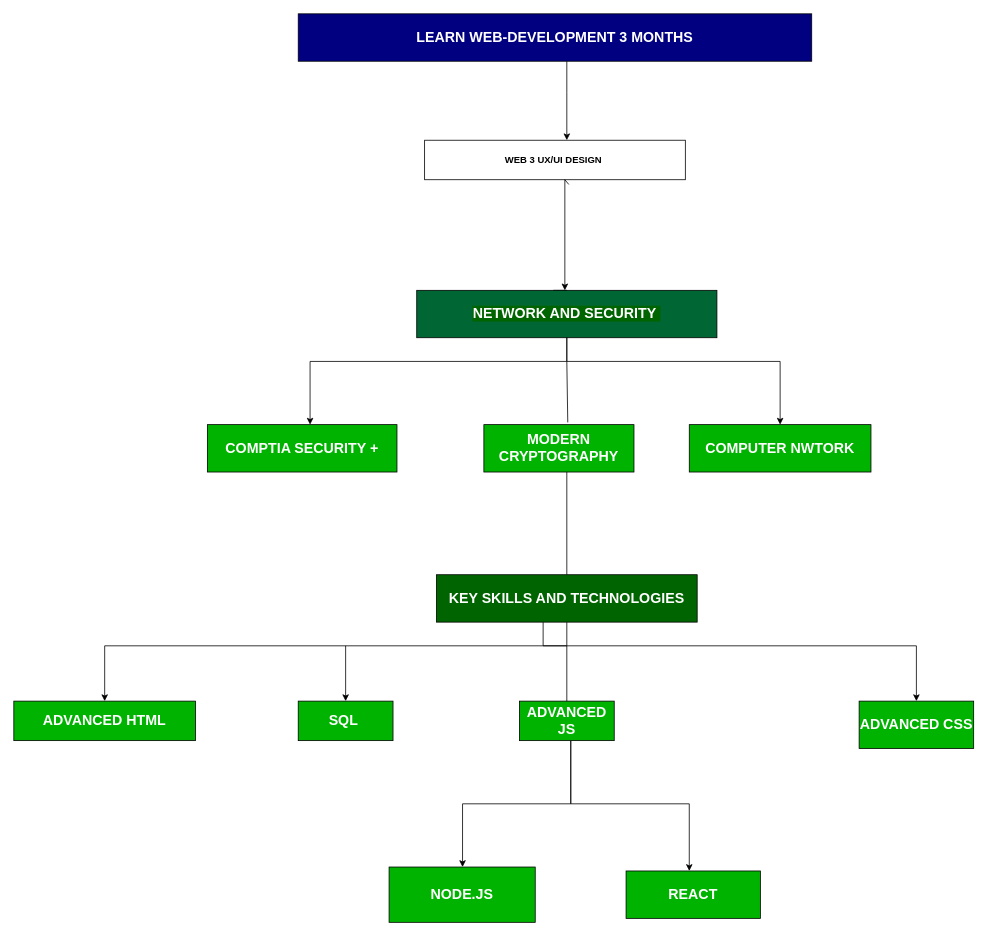
The draw.io diagram Career_Road_2023.drawio in chapman91/Career-Portfolio, before the edit. Source tidied: cells renumbered, new cells numbered last; positions are measured from the earlier drawing's top-left corner, leaving out a move shared by most shapes. Both pictures are drawn from the tidied source at 79%, with x=0, y=0 at pixel (13, 13).
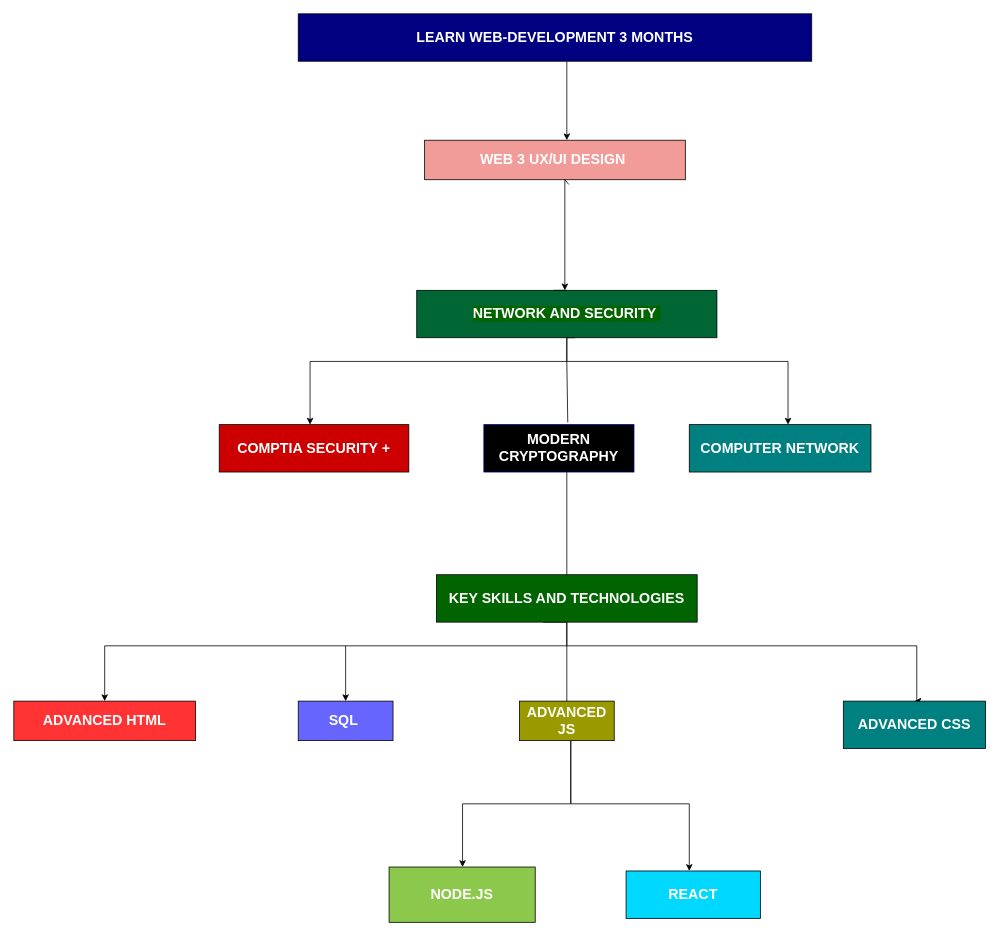
After the change.

Unchanged cells that the change refers to:
```xml
<mxCell id="16" value="&lt;h2&gt;&lt;b style=&quot;background-color: rgb(0, 100, 0);&quot;&gt;&lt;font color=&quot;#ffffff&quot;&gt;NETWORK AND SECURITY&amp;nbsp;&lt;/font&gt;&lt;/b&gt;&lt;/h2&gt;" style="whiteSpace=wrap;html=1;rounded=0;fillColor=#006633;" parent="1" vertex="1">
  <mxGeometry x="510" y="350" width="380" height="60" as="geometry" />
</mxCell>
```

Diff of the diagram source:
```diff
@@
     <mxCell id="5" style="edgeStyle=orthogonalEdgeStyle;rounded=0;jettySize=auto;html=1;entryX=0.5;entryY=0;entryDx=0;entryDy=0;" parent="1" edge="1" target="8">
       <mxGeometry relative="1" as="geometry">
         <mxPoint x="670" y="770" as="sourcePoint" />
         <Array as="points">
-          <mxPoint x="670" y="800" />
+          <mxPoint x="700" y="770" />
+          <mxPoint x="700" y="800" />
           <mxPoint x="1143" y="800" />
+          <mxPoint x="1143" y="870" />
         </Array>
       </mxGeometry>
     </mxCell>
@@
-    <mxCell id="7" value="&lt;h2&gt;&lt;b style=&quot;background-color: rgb(0, 179, 0);&quot;&gt;&lt;font color=&quot;#ffffff&quot;&gt;ADVANCED HTML&lt;/font&gt;&lt;/b&gt;&lt;/h2&gt;" style="whiteSpace=wrap;html=1;rounded=0;fillColor=#00B300;" parent="1" vertex="1">
+    <mxCell id="7" value="&lt;h2&gt;&lt;font color=&quot;#ffffff&quot;&gt;ADVANCED HTML&lt;/font&gt;&lt;/h2&gt;" style="whiteSpace=wrap;html=1;rounded=0;fillColor=#FF3333;" parent="1" vertex="1">
       <mxGeometry y="870" width="230" height="50" as="geometry" />
     </mxCell>
-    <mxCell id="8" value="&lt;h2&gt;&lt;b&gt;&lt;font color=&quot;#ffffff&quot;&gt;ADVANCED CSS&lt;/font&gt;&lt;/b&gt;&lt;/h2&gt;" style="rounded=0;whiteSpace=wrap;html=1;fillColor=#00B300;" parent="1" vertex="1">
-      <mxGeometry x="1070" y="870" width="145" height="60" as="geometry" />
+    <mxCell id="8" value="&lt;h2&gt;&lt;b&gt;&lt;font color=&quot;#ffffff&quot;&gt;ADVANCED CSS&lt;/font&gt;&lt;/b&gt;&lt;/h2&gt;" style="rounded=0;whiteSpace=wrap;html=1;fillColor=#008080;" parent="1" vertex="1">
+      <mxGeometry x="1050" y="870" width="180" height="60" as="geometry" />
     </mxCell>
@@
-    <mxCell id="11" value="&lt;h2&gt;&lt;b style=&quot;background-color: rgb(0, 179, 0);&quot;&gt;&lt;font color=&quot;#ffffff&quot;&gt;ADVANCED JS&lt;/font&gt;&lt;/b&gt;&lt;/h2&gt;" style="rounded=0;whiteSpace=wrap;html=1;fillColor=#00B300;" parent="1" vertex="1">
+    <mxCell id="11" value="&lt;h2&gt;&lt;font color=&quot;#ffffff&quot;&gt;ADVANCED JS&lt;/font&gt;&lt;/h2&gt;" style="rounded=0;whiteSpace=wrap;html=1;fillColor=#999900;" parent="1" vertex="1">
       <mxGeometry x="640" y="870" width="120" height="50" as="geometry" />
     </mxCell>
-    <mxCell id="12" value="&lt;h2&gt;&lt;b&gt;&lt;font color=&quot;#ffffff&quot;&gt;NODE.JS&lt;/font&gt;&lt;/b&gt;&lt;/h2&gt;" style="whiteSpace=wrap;html=1;rounded=0;fillColor=#00B300;" parent="1" vertex="1">
+    <mxCell id="12" value="&lt;h2&gt;&lt;b&gt;&lt;font color=&quot;#ffffff&quot;&gt;NODE.JS&lt;/font&gt;&lt;/b&gt;&lt;/h2&gt;" style="whiteSpace=wrap;html=1;rounded=0;fillColor=#8CC84B;" parent="1" vertex="1">
       <mxGeometry x="475" y="1080" width="185" height="70" as="geometry" />
     </mxCell>
-    <mxCell id="13" value="&lt;h2&gt;&lt;b&gt;&lt;font color=&quot;#ffffff&quot;&gt;REACT&lt;/font&gt;&lt;/b&gt;&lt;/h2&gt;" style="whiteSpace=wrap;html=1;rounded=0;fillColor=#00B300;" parent="1" vertex="1">
+    <mxCell id="13" value="&lt;h2&gt;&lt;b&gt;&lt;font color=&quot;#ffffff&quot;&gt;REACT&lt;/font&gt;&lt;/b&gt;&lt;/h2&gt;" style="whiteSpace=wrap;html=1;rounded=0;fillColor=#00D8FF;" parent="1" vertex="1">
       <mxGeometry x="775" y="1085" width="170" height="60" as="geometry" />
     </mxCell>
@@
-    <mxCell id="15" style="edgeStyle=orthogonalEdgeStyle;rounded=0;jettySize=auto;html=1;entryX=0.5;entryY=0;entryDx=0;entryDy=0;" parent="1" edge="1" source="16" target="18">
+    <mxCell id="15" style="edgeStyle=orthogonalEdgeStyle;rounded=0;orthogonalLoop=1;jettySize=auto;html=1;entryX=0.5;entryY=0;entryDx=0;entryDy=0;" parent="1" edge="1">
       <mxGeometry relative="1" as="geometry">
+        <mxPoint x="710" y="410" as="sourcePoint" />
+        <mxPoint x="980" y="520" as="targetPoint" />
         <Array as="points">
+          <mxPoint x="700" y="410" />
           <mxPoint x="700" y="440" />
-          <mxPoint x="970" y="440" />
+          <mxPoint x="980" y="440" />
         </Array>
       </mxGeometry>
     </mxCell>
@@
-    <mxCell id="17" value="&lt;h2&gt;&lt;b&gt;&lt;font color=&quot;#ffffff&quot;&gt;COMPTIA SECURITY +&lt;/font&gt;&lt;/b&gt;&lt;/h2&gt;" style="whiteSpace=wrap;html=1;rounded=0;fillColor=#00b300;" parent="1" vertex="1">
-      <mxGeometry x="245" y="520" width="240" height="60" as="geometry" />
+    <mxCell id="17" value="&lt;h2&gt;&lt;b&gt;&lt;font color=&quot;#ffffff&quot;&gt;COMPTIA SECURITY +&lt;/font&gt;&lt;/b&gt;&lt;/h2&gt;" style="whiteSpace=wrap;html=1;rounded=0;fillColor=#CC0000;" parent="1" vertex="1">
+      <mxGeometry x="260" y="520" width="240" height="60" as="geometry" />
     </mxCell>
-    <mxCell id="18" value="&lt;h2&gt;&lt;b&gt;&lt;font color=&quot;#ffffff&quot;&gt;COMPUTER NWTORK&lt;/font&gt;&lt;/b&gt;&lt;/h2&gt;" style="whiteSpace=wrap;html=1;rounded=0;fillColor=#00B300;" parent="1" vertex="1">
+    <mxCell id="18" value="&lt;h2&gt;&lt;b&gt;&lt;font color=&quot;#ffffff&quot;&gt;COMPUTER NETWORK&lt;/font&gt;&lt;/b&gt;&lt;/h2&gt;" style="whiteSpace=wrap;html=1;rounded=0;fillColor=#008080;" parent="1" vertex="1">
       <mxGeometry x="855" y="520" width="230" height="60" as="geometry" />
     </mxCell>
@@
-    <mxCell id="20" value="&lt;b&gt;WEB 3 UX/UI DESIGN&amp;nbsp;&lt;/b&gt;" style="rounded=0;whiteSpace=wrap;html=1;" parent="1" vertex="1">
+    <mxCell id="20" value="&lt;h2&gt;&lt;b&gt;&lt;font color=&quot;#ffffff&quot;&gt;WEB 3 UX/UI DESIGN&amp;nbsp;&lt;/font&gt;&lt;/b&gt;&lt;/h2&gt;" style="rounded=0;whiteSpace=wrap;html=1;fillColor=#F19C99;" parent="1" vertex="1">
       <mxGeometry x="520" y="160" width="330" height="50" as="geometry" />
     </mxCell>
-    <mxCell id="21" value="&lt;h2&gt;&lt;b&gt;&lt;font color=&quot;#ffffff&quot;&gt;MODERN CRYPTOGRAPHY&lt;/font&gt;&lt;/b&gt;&lt;/h2&gt;" style="rounded=0;whiteSpace=wrap;html=1;fillColor=#00B300;" parent="1" vertex="1">
+    <mxCell id="21" value="&lt;h2&gt;&lt;b&gt;&lt;font color=&quot;#ffffff&quot;&gt;MODERN CRYPTOGRAPHY&lt;/font&gt;&lt;/b&gt;&lt;/h2&gt;" style="rounded=0;whiteSpace=wrap;html=1;fillColor=#;strokeColor=#000080;" parent="1" vertex="1">
       <mxGeometry x="595" y="520" width="190" height="60" as="geometry" />
     </mxCell>
@@
-    <mxCell id="24" value="&lt;h2&gt;&lt;font color=&quot;#ffffff&quot;&gt;SQL&amp;nbsp;&lt;/font&gt;&lt;/h2&gt;" style="rounded=0;whiteSpace=wrap;html=1;fillColor=#00B300;" parent="1" vertex="1">
+    <mxCell id="24" value="&lt;h2&gt;&lt;font color=&quot;#ffffff&quot;&gt;SQL&amp;nbsp;&lt;/font&gt;&lt;/h2&gt;" style="rounded=0;whiteSpace=wrap;html=1;fillColor=#6666FF;" parent="1" vertex="1">
       <mxGeometry x="360" y="870" width="120" height="50" as="geometry" />
     </mxCell>
```
